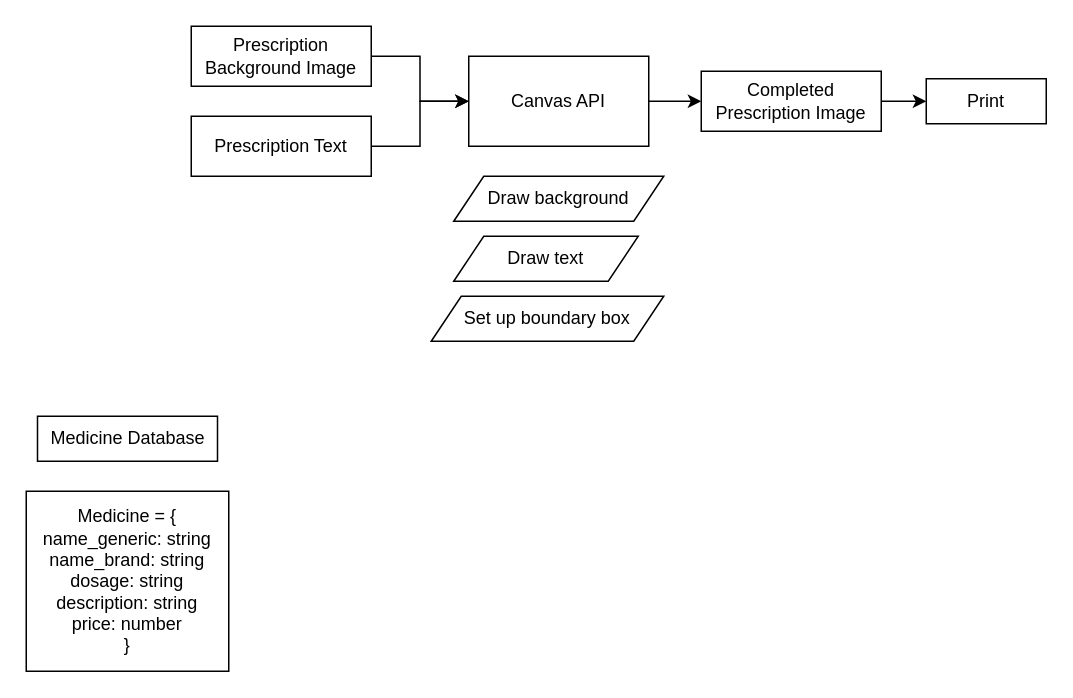
Earlier version of the draw.io diagram flowchart.drawio (jogaleon/prescription-print). Source tidied: cells renumbered, new cells numbered last; positions are measured from the earlier drawing's top-left corner, leaving out a move shared by most shapes. Both pictures are drawn from the tidied source at 150%, with x=0, y=0 at pixel (26, 26).
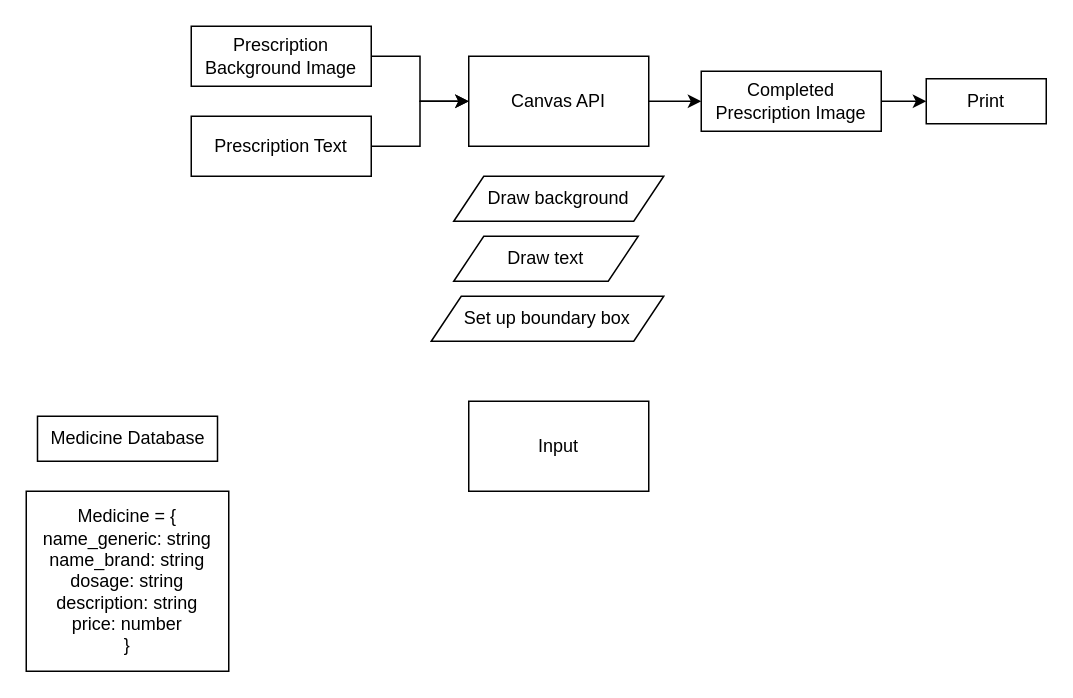
Above is the later version.

What changed in the source:
```diff
@@
 <mxGraphModel>
   <root>
     <mxCell id="0" />
     <mxCell id="1" parent="0" />
     <mxCell id="2" style="edgeStyle=orthogonalEdgeStyle;rounded=0;jettySize=auto;html=1;exitX=1;exitY=0.5;exitDx=0;exitDy=0;entryX=0;entryY=0.5;entryDx=0;entryDy=0;" parent="1" edge="1" source="3" target="7">
       <mxGeometry relative="1" as="geometry" />
     </mxCell>
     <mxCell id="3" value="Prescription Background Image" style="rounded=0;whiteSpace=wrap;html=1;" parent="1" vertex="1">
       <mxGeometry x="110" width="120" height="40" as="geometry" />
     </mxCell>
     <mxCell id="4" style="edgeStyle=orthogonalEdgeStyle;rounded=0;jettySize=auto;html=1;exitX=1;exitY=0.5;exitDx=0;exitDy=0;entryX=0;entryY=0.5;entryDx=0;entryDy=0;" parent="1" edge="1" source="5" target="7">
       <mxGeometry relative="1" as="geometry" />
     </mxCell>
     <mxCell id="5" value="Prescription Text" style="rounded=0;whiteSpace=wrap;html=1;" parent="1" vertex="1">
       <mxGeometry x="110" y="60" width="120" height="40" as="geometry" />
     </mxCell>
     <mxCell id="6" style="edgeStyle=orthogonalEdgeStyle;rounded=0;jettySize=auto;html=1;exitX=1;exitY=0.5;exitDx=0;exitDy=0;" parent="1" edge="1" source="7">
       <mxGeometry relative="1" as="geometry">
         <mxPoint x="450" y="49.9" as="targetPoint" />
       </mxGeometry>
     </mxCell>
     <mxCell id="7" value="Canvas API" style="rounded=0;whiteSpace=wrap;html=1;" parent="1" vertex="1">
       <mxGeometry x="295" y="20" width="120" height="60" as="geometry" />
     </mxCell>
     <mxCell id="8" style="edgeStyle=orthogonalEdgeStyle;rounded=0;jettySize=auto;html=1;exitX=1;exitY=0.5;exitDx=0;exitDy=0;entryX=0;entryY=0.5;entryDx=0;entryDy=0;" parent="1" edge="1" source="9" target="10">
       <mxGeometry relative="1" as="geometry" />
     </mxCell>
     <mxCell id="9" value="Completed Prescription Image" style="rounded=0;whiteSpace=wrap;html=1;" parent="1" vertex="1">
       <mxGeometry x="450" y="30" width="120" height="40" as="geometry" />
     </mxCell>
     <mxCell id="10" value="Print" style="rounded=0;whiteSpace=wrap;html=1;" parent="1" vertex="1">
       <mxGeometry x="600" y="35" width="80" height="30" as="geometry" />
     </mxCell>
     <mxCell id="11" value="Draw background" style="shape=parallelogram;perimeter=parallelogramPerimeter;whiteSpace=wrap;html=1;fixedSize=1;" parent="1" vertex="1">
       <mxGeometry x="285" y="100" width="140" height="30" as="geometry" />
     </mxCell>
     <mxCell id="12" value="Draw text" style="shape=parallelogram;perimeter=parallelogramPerimeter;whiteSpace=wrap;html=1;fixedSize=1;" parent="1" vertex="1">
       <mxGeometry x="285" y="140" width="123" height="30" as="geometry" />
     </mxCell>
     <mxCell id="13" value="Set up boundary box" style="shape=parallelogram;perimeter=parallelogramPerimeter;whiteSpace=wrap;html=1;fixedSize=1;" parent="1" vertex="1">
       <mxGeometry x="270" y="180" width="155" height="30" as="geometry" />
     </mxCell>
     <mxCell id="14" value="Medicine Database" style="rounded=0;whiteSpace=wrap;html=1;" parent="1" vertex="1">
       <mxGeometry x="7.5" y="260" width="120" height="30" as="geometry" />
     </mxCell>
     <mxCell id="15" value="Medicine = {&lt;br&gt;name_generic: string&lt;br&gt;name_brand: string&lt;br&gt;dosage: string&lt;br&gt;description: string&lt;br&gt;price: number&lt;br&gt;}" style="rounded=0;whiteSpace=wrap;html=1;" parent="1" vertex="1">
       <mxGeometry y="310" width="135" height="120" as="geometry" />
     </mxCell>
+    <mxCell id="16" value="Input" style="rounded=0;whiteSpace=wrap;html=1;" parent="1" vertex="1">
+      <mxGeometry x="295" y="250" width="120" height="60" as="geometry" />
+    </mxCell>
   </root>
 </mxGraphModel>
```
